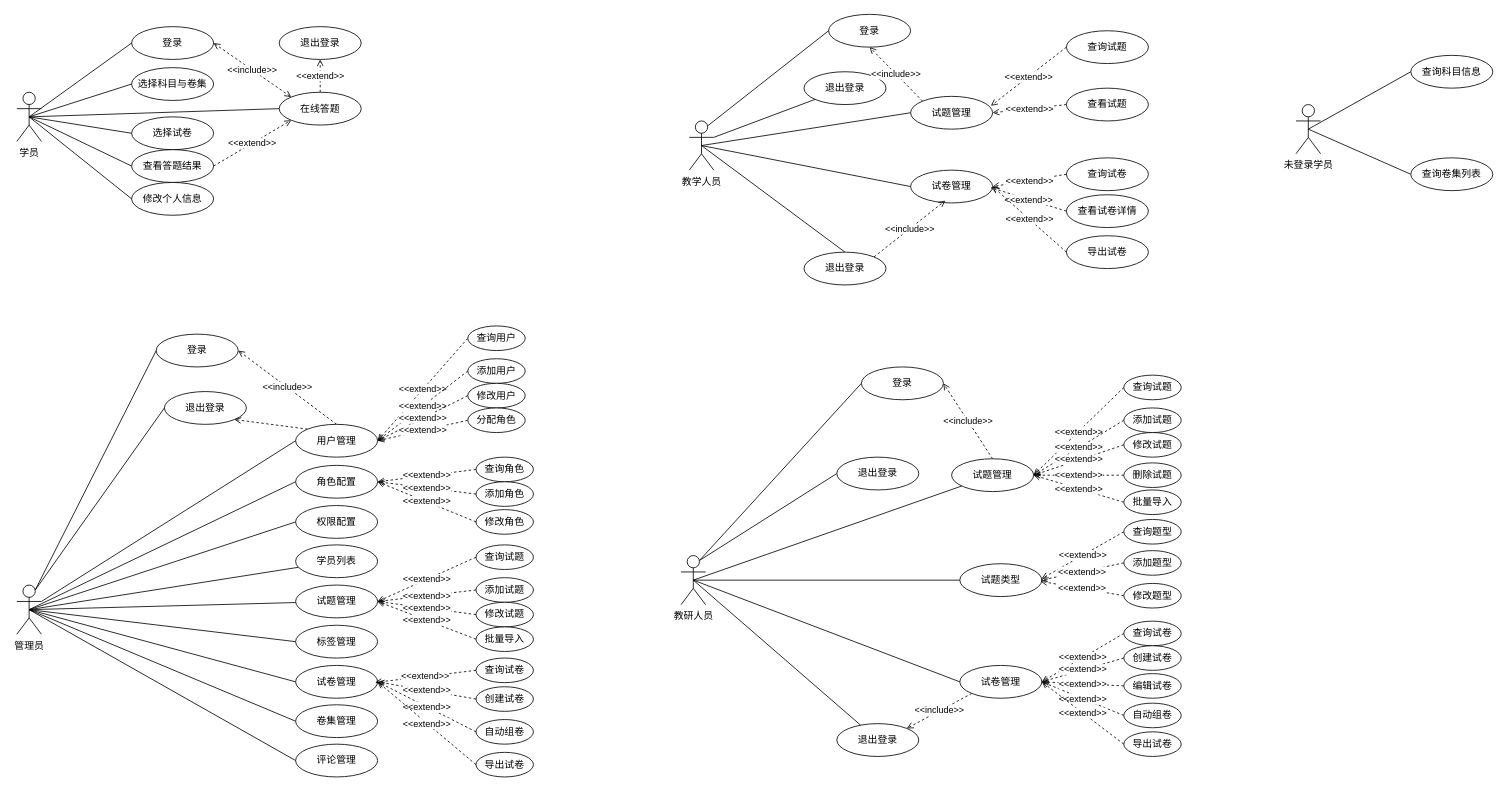
Before: page "功能需求用例图" (17 of 19) of 题库E-R.drawio in ChenLiheng/question-project, a draw.io diagram. Source tidied: cells renumbered, new cells numbered last; positions are measured from the earlier drawing's top-left corner, leaving out a move shared by most shapes. Both pictures are drawn from the tidied source at 82%, with x=0, y=0 at pixel (16, 14).
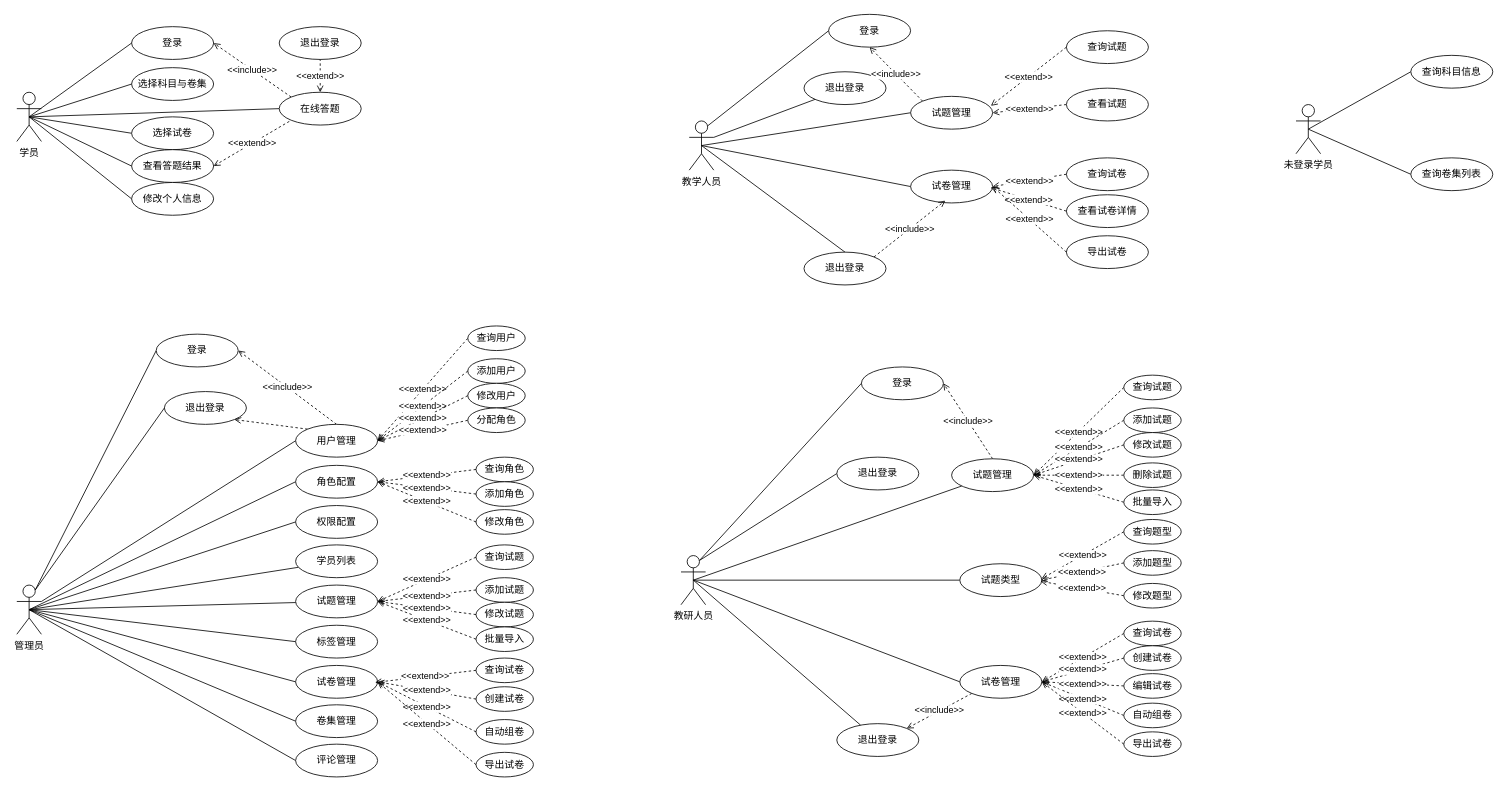
After the change.

Unchanged cells that the change refers to:
```xml
<mxCell id="57" value="登录" style="ellipse;whiteSpace=wrap;html=1;" parent="1" vertex="1">
  <mxGeometry x="140" y="15" width="100" height="40" as="geometry" />
</mxCell>
<mxCell id="61" value="查看答题结果" style="ellipse;whiteSpace=wrap;html=1;" parent="1" vertex="1">
  <mxGeometry x="140" y="165" width="100" height="40" as="geometry" />
</mxCell>
<mxCell id="63" value="退出登录" style="ellipse;whiteSpace=wrap;html=1;" parent="1" vertex="1">
  <mxGeometry x="320" y="15" width="100" height="40" as="geometry" />
</mxCell>
<mxCell id="66" value="在线答题" style="ellipse;whiteSpace=wrap;html=1;" parent="1" vertex="1">
  <mxGeometry x="320" y="95" width="100" height="40" as="geometry" />
</mxCell>
```

Diff of the diagram source:
```diff
@@
-    <mxCell id="60" value="&amp;lt;&amp;lt;extend&amp;gt;&amp;gt;" style="rounded=0;jettySize=auto;html=1;exitX=1;exitY=0.5;exitDx=0;exitDy=0;entryX=0;entryY=1;entryDx=0;entryDy=0;dashed=1;endArrow=open;endFill=0;" parent="1" edge="1" source="61" target="66">
+    <mxCell id="60" value="&amp;lt;&amp;lt;extend&amp;gt;&amp;gt;" style="rounded=0;jettySize=auto;html=1;exitX=1;exitY=0.5;exitDx=0;exitDy=0;entryX=0;entryY=1;entryDx=0;entryDy=0;dashed=1;endArrow=none;endFill=0;startArrow=open;startFill=0;" parent="1" edge="1" source="61" target="66">
       <mxGeometry relative="1" as="geometry" />
     </mxCell>
@@
-    <mxCell id="64" value="&amp;lt;&amp;lt;extend&amp;gt;&amp;gt;" style="rounded=0;jettySize=auto;html=1;exitX=0.5;exitY=0;exitDx=0;exitDy=0;entryX=0.5;entryY=1;entryDx=0;entryDy=0;dashed=1;endArrow=open;endFill=0;" parent="1" edge="1" source="66" target="63">
+    <mxCell id="64" value="&amp;lt;&amp;lt;extend&amp;gt;&amp;gt;" style="rounded=0;jettySize=auto;html=1;exitX=0.5;exitY=0;exitDx=0;exitDy=0;entryX=0.5;entryY=1;entryDx=0;entryDy=0;dashed=1;endArrow=none;endFill=0;startArrow=open;startFill=0;" parent="1" edge="1" source="66" target="63">
       <mxGeometry relative="1" as="geometry" />
     </mxCell>
-    <mxCell id="65" value="&amp;lt;&amp;lt;include&amp;gt;&amp;gt;" style="rounded=0;jettySize=auto;html=1;exitX=0;exitY=0;exitDx=0;exitDy=0;entryX=1;entryY=0.5;entryDx=0;entryDy=0;dashed=1;endArrow=open;endFill=0;startArrow=open;startFill=0;" parent="1" edge="1" source="66" target="57">
+    <mxCell id="65" value="&amp;lt;&amp;lt;include&amp;gt;&amp;gt;" style="rounded=0;jettySize=auto;html=1;exitX=0;exitY=0;exitDx=0;exitDy=0;entryX=1;entryY=0.5;entryDx=0;entryDy=0;dashed=1;endArrow=open;endFill=0;startArrow=none;startFill=0;" parent="1" edge="1" source="66" target="57">
       <mxGeometry relative="1" as="geometry" />
     </mxCell>
```
